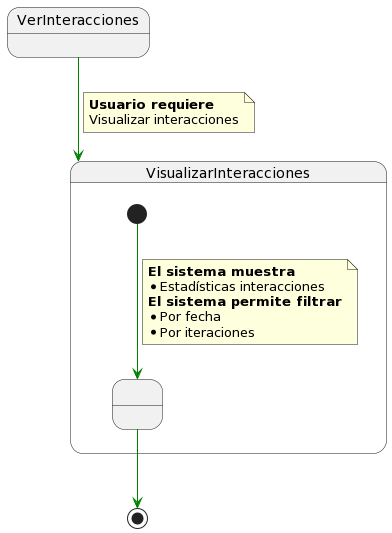
mmasias/IdSw1-22-23 keeps this PlantUML diagram as 000-entregas/Grupo1/DetalleCasosDeUso/images/VerInteracciones.png. Above is the earlier version.
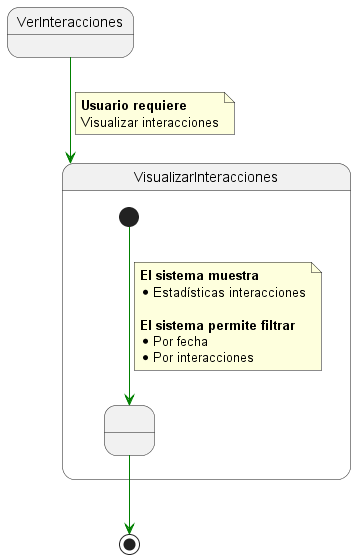
After the change.

What changed in the source:
```diff
@@ -1,4 +1,5 @@
-@startuml
+@startuml VerInteracciones
+
 State VerInteracciones
 
 
@@ -11,9 +12,10 @@
   note on link
     <b>El sistema muestra
     * Estadísticas interacciones
+
     <b>El sistema permite filtrar
     * Por fecha
-    * Por iteraciones
+    * Por interacciones
   end note
 
 
@@ -27,4 +29,6 @@
 end note
 
 state1 -[#green]-> [*]
+
+
 @enduml
```
